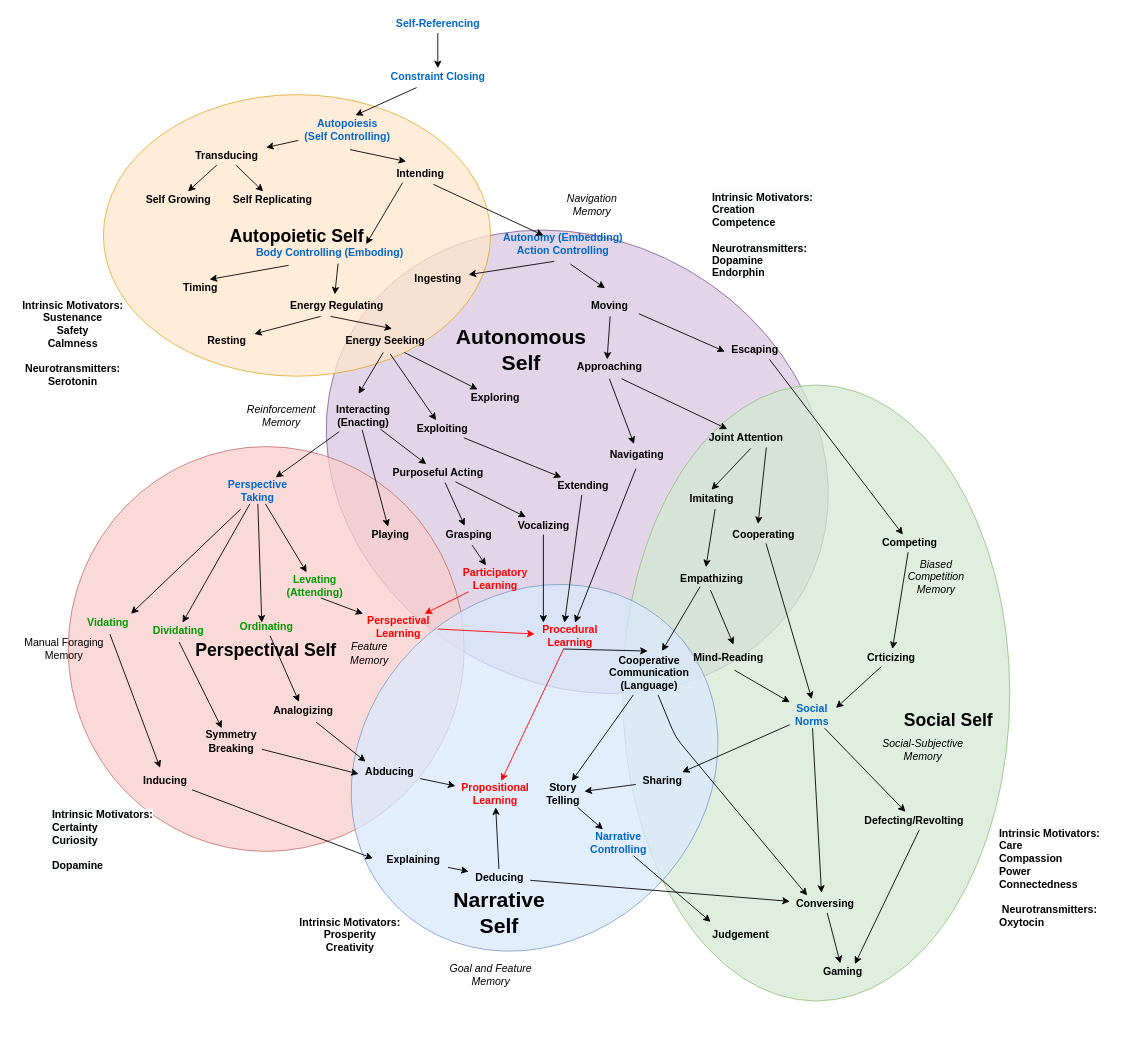
The draw.io diagram intentional_self_evolution.drawio in codeaudit/1, before the edit. Source tidied: cells renumbered, new cells numbered last; positions are measured from the earlier drawing's top-left corner, leaving out a move shared by most shapes. Both pictures are drawn from the tidied source at 88%, with x=0, y=0 at pixel (15, 15).
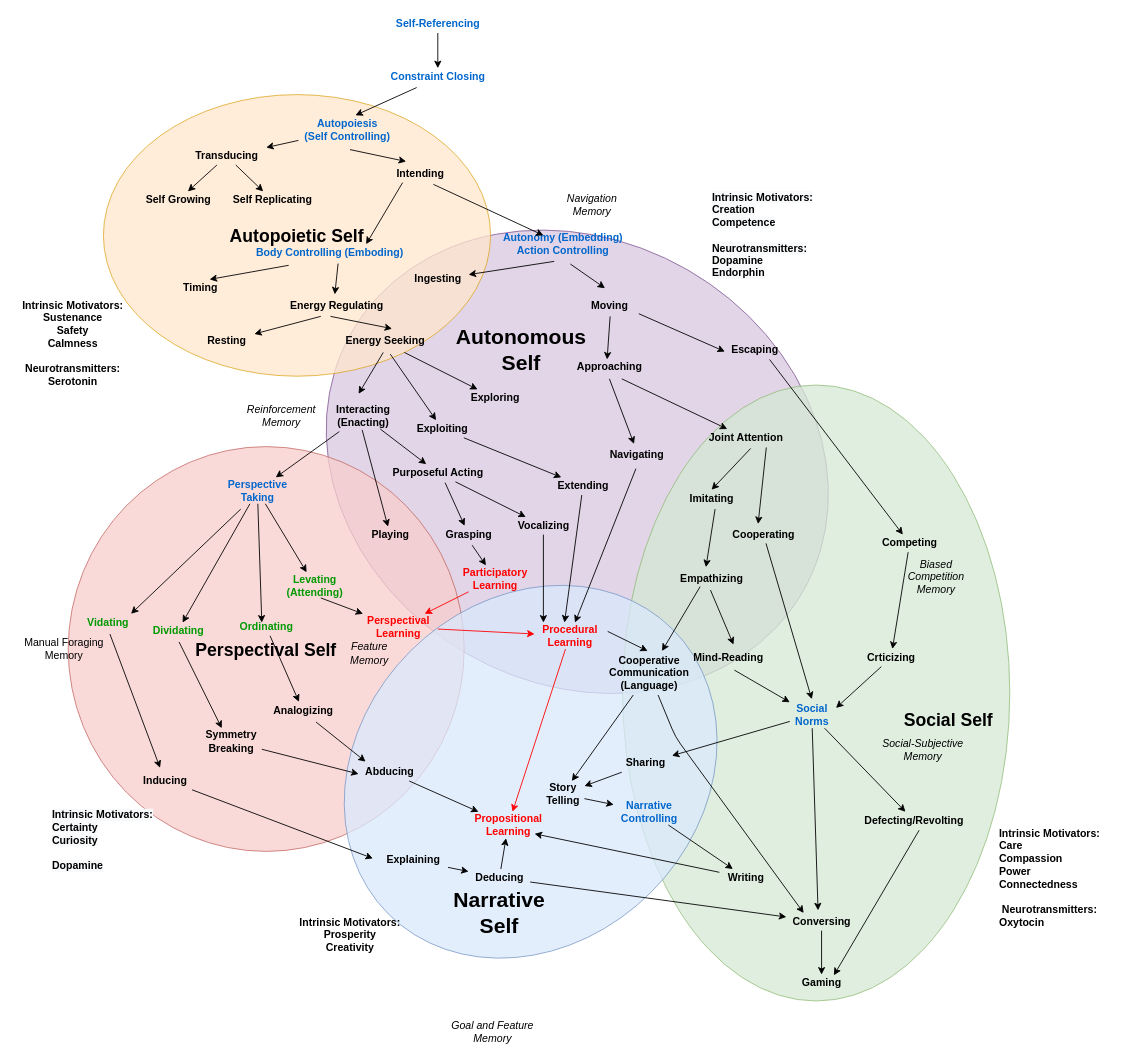
After the change.

The change refers to these unchanged cells:
```xml
<mxCell id="31" value="Procedural&lt;br&gt;Learning" style="text;html=1;align=center;verticalAlign=middle;points=[];fontStyle=1;fontColor=#FF0000;" parent="1" vertex="1">
  <mxGeometry x="590" y="690" width="80" height="30" as="geometry" />
</mxCell>
<mxCell id="39" value="Cooperative&lt;br&gt;Communication&lt;br&gt;(Language)" style="text;html=1;align=center;verticalAlign=middle;points=[];fontStyle=1;" parent="1" vertex="1">
  <mxGeometry x="665" y="722.3" width="110" height="50" as="geometry" />
</mxCell>
```

The edit, as a diff of the source:
```diff
@@
     <mxCell id="5" style="ellipse;whiteSpace=wrap;html=1;rotation=45;fillColor=#dae8fc;strokeColor=#6c8ebf;opacity=75;" parent="1" vertex="1">
-      <mxGeometry x="396.4" y="632.8" width="387.2" height="444.4" as="geometry" />
+      <mxGeometry x="391.9" y="630.9" width="387.2" height="457.2" as="geometry" />
     </mxCell>
@@
     <mxCell id="32" value="Propositional&lt;br&gt;Learning" style="text;html=1;align=center;verticalAlign=middle;points=[];fontStyle=1;fontColor=#FF0000;" parent="1" vertex="1">
-      <mxGeometry x="500" y="870" width="90" height="30" as="geometry" />
+      <mxGeometry x="515" y="905" width="90" height="30" as="geometry" />
     </mxCell>
@@
     <mxCell id="35" value="Sharing" style="text;html=1;align=center;verticalAlign=middle;points=[];fontStyle=1;" parent="1" vertex="1">
-      <mxGeometry x="705" y="860" width="60" height="20" as="geometry" />
+      <mxGeometry x="686.1" y="840" width="60" height="20" as="geometry" />
     </mxCell>
@@
-    <mxCell id="70" style="endArrow=none;html=1;exitX=0.486;exitY=0;exitDx=0;exitDy=0;exitPerimeter=0;startArrow=classic;startFill=1;entryX=0.406;entryY=1;entryDx=0;entryDy=0;entryPerimeter=0;" parent="1" edge="1" source="39" target="31">
+    <mxCell id="70" style="endArrow=none;html=1;exitX=0.486;exitY=0;exitDx=0;exitDy=0;exitPerimeter=0;startArrow=classic;startFill=1;entryX=1.038;entryY=0.333;entryDx=0;entryDy=0;entryPerimeter=0;" parent="1" edge="1" source="39" target="31">
       <mxGeometry relative="1" as="geometry" />
     </mxCell>
@@
     <mxCell id="73" value="Conversing" style="text;html=1;align=center;verticalAlign=middle;points=[];fontStyle=1;" parent="1" vertex="1">
-      <mxGeometry x="880" y="1000" width="80" height="20" as="geometry" />
+      <mxGeometry x="876.1" y="1020" width="80" height="20" as="geometry" />
     </mxCell>
@@
     <mxCell id="99" value="Narrative&lt;br&gt;Controlling" style="text;html=1;align=center;verticalAlign=middle;points=[];fontStyle=1;fontColor=#0066CC;" parent="1" vertex="1">
-      <mxGeometry x="645" y="925" width="80" height="30" as="geometry" />
+      <mxGeometry x="680" y="890" width="80" height="30" as="geometry" />
     </mxCell>
@@
     <mxCell id="137" value="Gaming" style="text;html=1;align=center;verticalAlign=middle;points=[];fontStyle=1;" parent="1" vertex="1">
-      <mxGeometry x="910" y="1077.2" width="60" height="20" as="geometry" />
+      <mxGeometry x="886.1" y="1090" width="60" height="20" as="geometry" />
     </mxCell>
-    <mxCell id="138" style="endArrow=classic;html=1;" parent="1" edge="1" source="99">
-      <mxGeometry relative="1" as="geometry">
-        <mxPoint x="790" y="1030" as="targetPoint" />
-      </mxGeometry>
+    <mxCell id="138" style="endArrow=classic;html=1;" parent="1" edge="1" source="99" target="148">
+      <mxGeometry relative="1" as="geometry" />
     </mxCell>
@@
     <mxCell id="147" value="&lt;i&gt;Goal and Feature&lt;br&gt;Memory&lt;/i&gt;" style="text;html=1;align=center;verticalAlign=middle;strokeColor=none;" parent="1" vertex="1">
-      <mxGeometry x="485" y="1075" width="110" height="30" as="geometry" />
+      <mxGeometry x="486.6" y="1140" width="110" height="30" as="geometry" />
     </mxCell>
-    <mxCell id="148" value="&lt;b&gt;Judgement&lt;/b&gt;" style="text;html=1;align=center;verticalAlign=middle;points=[];strokeColor=none;" parent="1" vertex="1">
-      <mxGeometry x="783.6" y="1035" width="80" height="20" as="geometry" />
+    <mxCell id="148" value="&lt;b&gt;Writing&lt;/b&gt;" style="text;html=1;align=center;verticalAlign=middle;points=[];strokeColor=none;" parent="1" vertex="1">
+      <mxGeometry x="800" y="970" width="60" height="20" as="geometry" />
     </mxCell>
+    <mxCell id="149" style="endArrow=classic;html=1;" parent="1" edge="1" source="148">
+      <mxGeometry relative="1" as="geometry">
+        <mxPoint x="590" y="930" as="targetPoint" />
+      </mxGeometry>
+    </mxCell>
```
